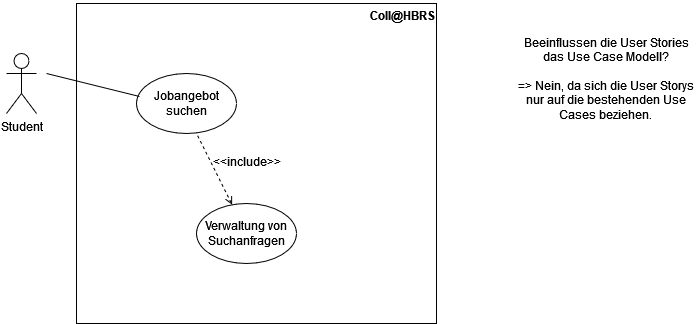
The draw.io diagram src/org/hbrs/se1/ws22/uebung7/Uebung7-1.drawio.png in fitnesstino/WS22-SE1, before a commit. Source tidied: cells renumbered, new cells last; positions are measured from the earlier drawing's top-left corner, leaving out a move shared by most shapes.
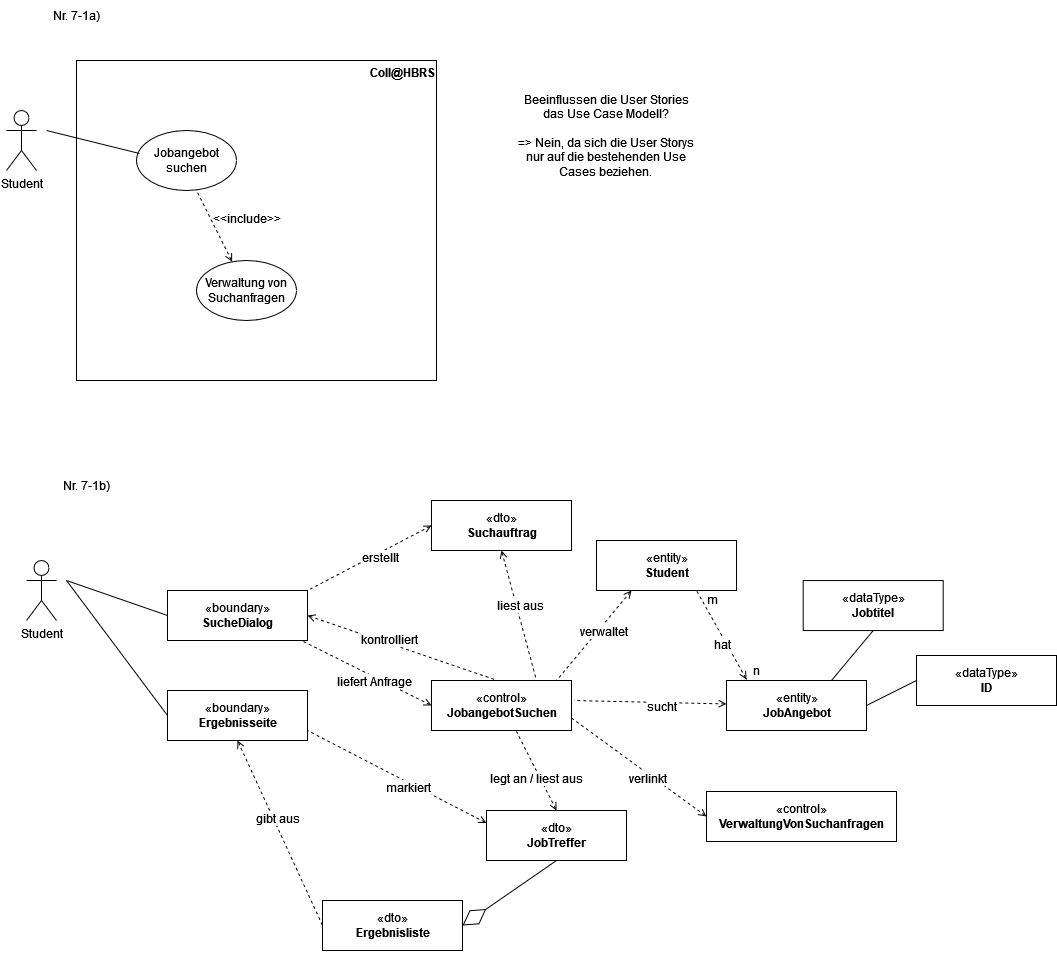
The same diagram one commit later.

Change to the diagram source:
```diff
@@ -33,5 +33,154 @@
     <mxCell id="10" value="&lt;div&gt;&lt;font style=&quot;font-size: 12px;&quot;&gt;&lt;span dir=&quot;ltr&quot; role=&quot;presentation&quot; style=&quot;left: 119.584px; top: 776.922px; font-family: sans-serif; transform: scaleX(1.01933);&quot;&gt;Beeinflussen die User Stories das Use Case Modell&lt;/span&gt;&lt;span dir=&quot;ltr&quot; role=&quot;presentation&quot; style=&quot;left: 558.499px; top: 776.922px; font-family: sans-serif;&quot;&gt;?&lt;/span&gt;&lt;/font&gt;&lt;/div&gt;&lt;div&gt;&lt;font style=&quot;font-size: 12px;&quot;&gt;&lt;span dir=&quot;ltr&quot; role=&quot;presentation&quot; style=&quot;left: 558.499px; top: 776.922px; font-family: sans-serif;&quot;&gt;&lt;br&gt;&lt;/span&gt;&lt;/font&gt;&lt;/div&gt;&lt;div&gt;&lt;font style=&quot;font-size: 12px;&quot;&gt;&lt;span dir=&quot;ltr&quot; role=&quot;presentation&quot; style=&quot;left: 558.499px; top: 776.922px; font-family: sans-serif;&quot;&gt;=&amp;gt; Nein, da sich die User Storys nur auf die bestehenden Use Cases beziehen.&lt;br&gt;&lt;/span&gt;&lt;/font&gt;&lt;/div&gt;" style="text;html=1;strokeColor=none;fillColor=none;align=center;verticalAlign=middle;whiteSpace=wrap;rounded=0;" parent="1" vertex="1">
       <mxGeometry x="510" y="23" width="180" height="110" as="geometry" />
     </mxCell>
+    <mxCell id="11" value="«control»&lt;br&gt;&lt;b&gt;JobangebotSuchen&lt;/b&gt;" style="html=1;fontSize=12;fillColor=none;" parent="1" vertex="1">
+      <mxGeometry x="425" y="623" width="140" height="50" as="geometry" />
+    </mxCell>
+    <mxCell id="12" value="&lt;div&gt;«boundary»&lt;/div&gt;&lt;div&gt;&lt;b&gt;SucheDialog&lt;/b&gt;&lt;br&gt;&lt;/div&gt;" style="html=1;fontSize=12;fillColor=none;" parent="1" vertex="1">
+      <mxGeometry x="161" y="533" width="140" height="50" as="geometry" />
+    </mxCell>
+    <mxCell id="13" value="&lt;div&gt;Student&lt;/div&gt;&lt;div&gt;&lt;br&gt;&lt;/div&gt;" style="shape=umlActor;verticalLabelPosition=bottom;verticalAlign=top;html=1;fontSize=12;fillColor=none;" parent="1" vertex="1">
+      <mxGeometry x="20" y="503" width="30" height="60" as="geometry" />
+    </mxCell>
+    <mxCell id="14" style="endArrow=none;html=1;rounded=0;fontSize=12;entryX=0;entryY=0.5;entryDx=0;entryDy=0;" parent="1" edge="1" target="12">
+      <mxGeometry relative="1" as="geometry">
+        <mxPoint x="60" y="523" as="sourcePoint" />
+      </mxGeometry>
+    </mxCell>
+    <mxCell id="15" style="endArrow=none;html=1;rounded=0;fontSize=12;entryX=0;entryY=0.5;entryDx=0;entryDy=0;exitX=1;exitY=0.5;exitDx=0;exitDy=0;startArrow=open;startFill=0;dashed=1;" parent="1" edge="1" source="12">
+      <mxGeometry relative="1" as="geometry">
+        <mxPoint x="491" y="623" as="targetPoint" />
+      </mxGeometry>
+    </mxCell>
+    <mxCell id="16" value="kontrolliert" style="edgeLabel;html=1;align=center;verticalAlign=middle;fontSize=12;" parent="15" vertex="1">
+      <mxGeometry x="-0.15" y="4" relative="1" as="geometry" />
+    </mxCell>
+    <mxCell id="17" style="endArrow=none;html=1;rounded=0;fontSize=12;entryX=0;entryY=0.5;entryDx=0;entryDy=0;exitX=0;exitY=0.5;exitDx=0;exitDy=0;startArrow=open;startFill=0;dashed=1;" parent="1" edge="1" source="11">
+      <mxGeometry relative="1" as="geometry">
+        <mxPoint x="295" y="583" as="targetPoint" />
+      </mxGeometry>
+    </mxCell>
+    <mxCell id="18" value="liefert Anfrage" style="edgeLabel;html=1;align=center;verticalAlign=middle;fontSize=12;" parent="17" vertex="1">
+      <mxGeometry x="-0.15" y="4" relative="1" as="geometry" />
+    </mxCell>
+    <mxCell id="19" value="&lt;div&gt;«dto»&lt;/div&gt;&lt;div&gt;&lt;b&gt;Suchauftrag&lt;/b&gt;&lt;br&gt;&lt;/div&gt;" style="html=1;fontSize=12;fillColor=none;" parent="1" vertex="1">
+      <mxGeometry x="425" y="443" width="140" height="50" as="geometry" />
+    </mxCell>
+    <mxCell id="20" style="endArrow=none;html=1;rounded=0;fontSize=12;entryX=1;entryY=0;entryDx=0;entryDy=0;exitX=0;exitY=0.5;exitDx=0;exitDy=0;startArrow=open;startFill=0;dashed=1;" parent="1" edge="1" target="12">
+      <mxGeometry relative="1" as="geometry">
+        <mxPoint x="425" y="468" as="sourcePoint" />
+      </mxGeometry>
+    </mxCell>
+    <mxCell id="21" value="erstellt" style="edgeLabel;html=1;align=center;verticalAlign=middle;fontSize=12;" parent="20" vertex="1">
+      <mxGeometry x="-0.15" y="4" relative="1" as="geometry" />
+    </mxCell>
+    <mxCell id="22" style="endArrow=none;html=1;rounded=0;fontSize=12;entryX=0;entryY=0.5;entryDx=0;entryDy=0;exitX=0.5;exitY=1;exitDx=0;exitDy=0;startArrow=open;startFill=0;dashed=1;" parent="1" edge="1" source="19">
+      <mxGeometry relative="1" as="geometry">
+        <mxPoint x="530" y="623" as="targetPoint" />
+      </mxGeometry>
+    </mxCell>
+    <mxCell id="23" value="&lt;div&gt;liest aus&lt;/div&gt;" style="edgeLabel;html=1;align=center;verticalAlign=middle;fontSize=12;" parent="22" vertex="1">
+      <mxGeometry x="-0.15" y="4" relative="1" as="geometry" />
+    </mxCell>
+    <mxCell id="24" value="&lt;div&gt;«entity»&lt;/div&gt;&lt;div&gt;&lt;b&gt;JobAngebot&lt;/b&gt;&lt;br&gt;&lt;/div&gt;" style="html=1;fontSize=12;fillColor=none;" parent="1" vertex="1">
+      <mxGeometry x="720" y="623" width="140" height="50" as="geometry" />
+    </mxCell>
+    <mxCell id="25" value="&lt;div&gt;«dto»&lt;/div&gt;&lt;div&gt;&lt;b&gt;JobTreffer&lt;/b&gt;&lt;br&gt;&lt;/div&gt;" style="html=1;fontSize=12;fillColor=none;" parent="1" vertex="1">
+      <mxGeometry x="480" y="753" width="140" height="50" as="geometry" />
+    </mxCell>
+    <mxCell id="26" value="&lt;div&gt;«dto»&lt;/div&gt;&lt;div&gt;&lt;b&gt;Ergebnisliste&lt;/b&gt;&lt;br&gt;&lt;/div&gt;" style="html=1;fontSize=12;fillColor=none;" parent="1" vertex="1">
+      <mxGeometry x="316" y="843" width="140" height="50" as="geometry" />
+    </mxCell>
+    <mxCell id="27" style="endArrow=diamondThin;html=1;rounded=0;fontSize=12;entryX=1;entryY=0.5;entryDx=0;entryDy=0;exitX=0.5;exitY=1;exitDx=0;exitDy=0;startArrow=none;startFill=0;endSize=26;startSize=26;endFill=0;" parent="1" edge="1" source="25" target="26">
+      <mxGeometry relative="1" as="geometry" />
+    </mxCell>
+    <mxCell id="28" style="endArrow=none;html=1;rounded=0;fontSize=12;startArrow=open;startFill=0;dashed=1;entryX=0;entryY=0.5;entryDx=0;entryDy=0;exitX=0.5;exitY=1;exitDx=0;exitDy=0;" parent="1" edge="1" source="34" target="26">
+      <mxGeometry relative="1" as="geometry" />
+    </mxCell>
+    <mxCell id="29" value="&lt;div&gt;gibt aus&lt;/div&gt;" style="edgeLabel;html=1;align=center;verticalAlign=middle;fontSize=12;" parent="28" vertex="1">
+      <mxGeometry x="-0.15" y="4" relative="1" as="geometry" />
+    </mxCell>
+    <mxCell id="30" style="endArrow=none;html=1;rounded=0;fontSize=12;entryX=0;entryY=0.5;entryDx=0;entryDy=0;startArrow=open;startFill=0;dashed=1;" parent="1" edge="1" source="24">
+      <mxGeometry relative="1" as="geometry">
+        <mxPoint x="567.5" y="643" as="targetPoint" />
+      </mxGeometry>
+    </mxCell>
+    <mxCell id="31" value="sucht" style="edgeLabel;html=1;align=center;verticalAlign=middle;fontSize=12;" parent="30" vertex="1">
+      <mxGeometry x="-0.15" y="4" relative="1" as="geometry" />
+    </mxCell>
+    <mxCell id="32" style="endArrow=none;html=1;rounded=0;fontSize=12;exitX=0.5;exitY=0;exitDx=0;exitDy=0;startArrow=open;startFill=0;dashed=1;entryX=0.607;entryY=1.02;entryDx=0;entryDy=0;entryPerimeter=0;" parent="1" edge="1" source="25" target="11">
+      <mxGeometry relative="1" as="geometry" />
+    </mxCell>
+    <mxCell id="33" value="legt an / liest aus" style="edgeLabel;html=1;align=center;verticalAlign=middle;fontSize=12;" parent="32" vertex="1">
+      <mxGeometry x="-0.15" y="4" relative="1" as="geometry" />
+    </mxCell>
+    <mxCell id="34" value="&lt;div&gt;«boundary»&lt;/div&gt;&lt;div&gt;&lt;b&gt;Ergebnisseite&lt;/b&gt;&lt;br&gt;&lt;/div&gt;" style="html=1;fontSize=12;fillColor=none;" parent="1" vertex="1">
+      <mxGeometry x="161" y="633" width="140" height="50" as="geometry" />
+    </mxCell>
+    <mxCell id="35" style="endArrow=none;html=1;rounded=0;fontSize=12;entryX=0;entryY=0.5;entryDx=0;entryDy=0;" parent="1" edge="1" target="34">
+      <mxGeometry relative="1" as="geometry">
+        <mxPoint x="60" y="523" as="sourcePoint" />
+      </mxGeometry>
+    </mxCell>
+    <mxCell id="36" value="&lt;div&gt;«control»&lt;/div&gt;&lt;b&gt;VerwaltungVonSuchanfragen&lt;/b&gt;" style="html=1;fontSize=12;fillColor=none;" parent="1" vertex="1">
+      <mxGeometry x="700" y="734" width="190" height="50" as="geometry" />
+    </mxCell>
+    <mxCell id="37" style="endArrow=none;html=1;rounded=0;fontSize=12;entryX=1;entryY=0.75;entryDx=0;entryDy=0;exitX=0;exitY=0.5;exitDx=0;exitDy=0;startArrow=open;startFill=0;dashed=1;" parent="1" edge="1" source="36" target="11">
+      <mxGeometry relative="1" as="geometry" />
+    </mxCell>
+    <mxCell id="38" value="&lt;div&gt;verlinkt&lt;/div&gt;" style="edgeLabel;html=1;align=center;verticalAlign=middle;fontSize=12;" parent="37" vertex="1">
+      <mxGeometry x="-0.15" y="4" relative="1" as="geometry" />
+    </mxCell>
+    <mxCell id="39" style="endArrow=none;html=1;rounded=0;fontSize=12;entryX=0;entryY=0.5;entryDx=0;entryDy=0;exitX=0;exitY=0.25;exitDx=0;exitDy=0;startArrow=open;startFill=0;dashed=1;" parent="1" edge="1" source="25">
+      <mxGeometry relative="1" as="geometry">
+        <mxPoint x="301" y="673" as="targetPoint" />
+      </mxGeometry>
+    </mxCell>
+    <mxCell id="40" value="markiert" style="edgeLabel;html=1;align=center;verticalAlign=middle;fontSize=12;" parent="39" vertex="1">
+      <mxGeometry x="-0.15" y="4" relative="1" as="geometry" />
+    </mxCell>
+    <mxCell id="41" value="&lt;div&gt;«dataType»&lt;/div&gt;&lt;div&gt;&lt;b&gt;Jobtitel&lt;/b&gt;&lt;br&gt;&lt;/div&gt;" style="html=1;fontSize=12;fillColor=none;" parent="1" vertex="1">
+      <mxGeometry x="796.7" y="523.1" width="140" height="50" as="geometry" />
+    </mxCell>
+    <mxCell id="42" value="&lt;div&gt;«dataType»&lt;/div&gt;&lt;div&gt;&lt;b&gt;ID&lt;/b&gt;&lt;br&gt;&lt;/div&gt;" style="html=1;fontSize=12;fillColor=none;" parent="1" vertex="1">
+      <mxGeometry x="910" y="598" width="140" height="50" as="geometry" />
+    </mxCell>
+    <mxCell id="43" style="endArrow=none;html=1;rounded=0;fontSize=12;entryX=0.5;entryY=1;entryDx=0;entryDy=0;exitX=0.75;exitY=0;exitDx=0;exitDy=0;" parent="1" edge="1" source="24" target="41">
+      <mxGeometry relative="1" as="geometry" />
+    </mxCell>
+    <mxCell id="44" style="endArrow=none;html=1;rounded=0;fontSize=12;entryX=1;entryY=0.5;entryDx=0;entryDy=0;exitX=0;exitY=0.5;exitDx=0;exitDy=0;" parent="1" edge="1" source="42" target="24">
+      <mxGeometry relative="1" as="geometry" />
+    </mxCell>
+    <mxCell id="45" value="&lt;div&gt;«entity»&lt;/div&gt;&lt;div&gt;&lt;b&gt;Student&lt;/b&gt;&lt;br&gt;&lt;/div&gt;" style="html=1;fontSize=12;fillColor=none;" parent="1" vertex="1">
+      <mxGeometry x="590" y="483" width="140" height="50" as="geometry" />
+    </mxCell>
+    <mxCell id="46" style="endArrow=none;html=1;rounded=0;fontSize=12;entryX=0;entryY=0.5;entryDx=0;entryDy=0;startArrow=open;startFill=0;dashed=1;exitX=0.25;exitY=1;exitDx=0;exitDy=0;" parent="1" edge="1" source="45">
+      <mxGeometry relative="1" as="geometry">
+        <mxPoint x="550" y="623" as="targetPoint" />
+      </mxGeometry>
+    </mxCell>
+    <mxCell id="47" value="&lt;div&gt;verwaltet&lt;/div&gt;" style="edgeLabel;html=1;align=center;verticalAlign=middle;fontSize=12;" parent="46" vertex="1">
+      <mxGeometry x="-0.15" y="4" relative="1" as="geometry" />
+    </mxCell>
+    <mxCell id="48" style="endArrow=none;html=1;rounded=0;fontSize=12;exitX=0.143;exitY=-0.02;exitDx=0;exitDy=0;startArrow=open;startFill=0;dashed=1;entryX=0.607;entryY=1.02;entryDx=0;entryDy=0;entryPerimeter=0;exitPerimeter=0;" parent="1" edge="1" source="24">
+      <mxGeometry relative="1" as="geometry">
+        <mxPoint x="690" y="533" as="targetPoint" />
+      </mxGeometry>
+    </mxCell>
+    <mxCell id="49" value="hat" style="edgeLabel;html=1;align=center;verticalAlign=middle;fontSize=12;" parent="48" vertex="1">
+      <mxGeometry x="-0.15" y="4" relative="1" as="geometry" />
+    </mxCell>
+    <mxCell id="50" value="m" style="text;html=1;strokeColor=none;fillColor=none;align=center;verticalAlign=middle;whiteSpace=wrap;rounded=0;fontSize=12;" parent="1" vertex="1">
+      <mxGeometry x="676" y="527.1" width="60" height="30" as="geometry" />
+    </mxCell>
+    <mxCell id="51" value="n" style="text;html=1;strokeColor=none;fillColor=none;align=center;verticalAlign=middle;whiteSpace=wrap;rounded=0;fontSize=12;" parent="1" vertex="1">
+      <mxGeometry x="720" y="598" width="60" height="30" as="geometry" />
+    </mxCell>
+    <mxCell id="52" value="Nr. 7-1a)" style="text;html=1;strokeColor=none;fillColor=none;align=center;verticalAlign=middle;whiteSpace=wrap;rounded=0;fontSize=12;" parent="1" vertex="1">
+      <mxGeometry x="40" y="-57" width="60" height="30" as="geometry" />
+    </mxCell>
+    <mxCell id="53" value="Nr. 7-1b)" style="text;html=1;strokeColor=none;fillColor=none;align=center;verticalAlign=middle;whiteSpace=wrap;rounded=0;fontSize=12;" parent="1" vertex="1">
+      <mxGeometry x="50" y="413" width="60" height="30" as="geometry" />
+    </mxCell>
   </root>
 </mxGraphModel>
```
